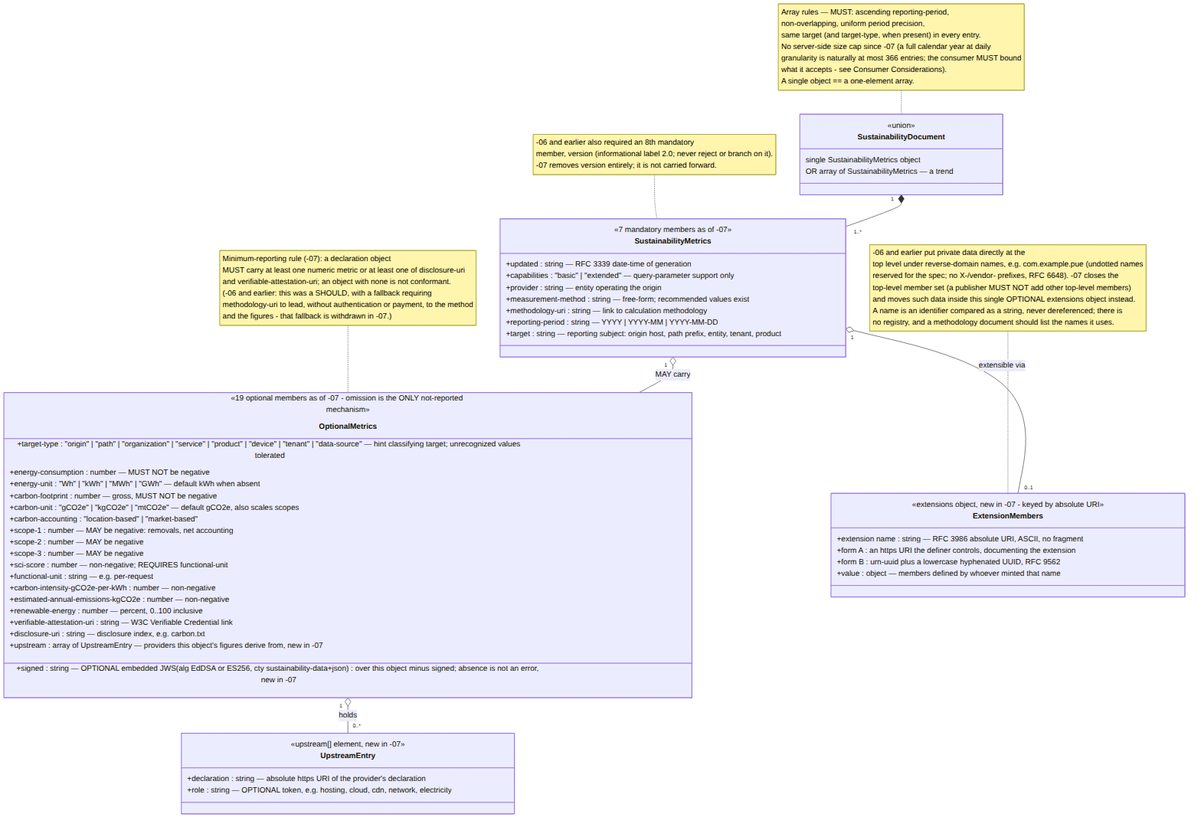
This is architecture/images/data-model.png from andreibesleaga/rfc-sustainability-wellknown, a Mermaid export, as it was before one commit. Its source is kept beside it as architecture/diagrams/data-model.mmd.
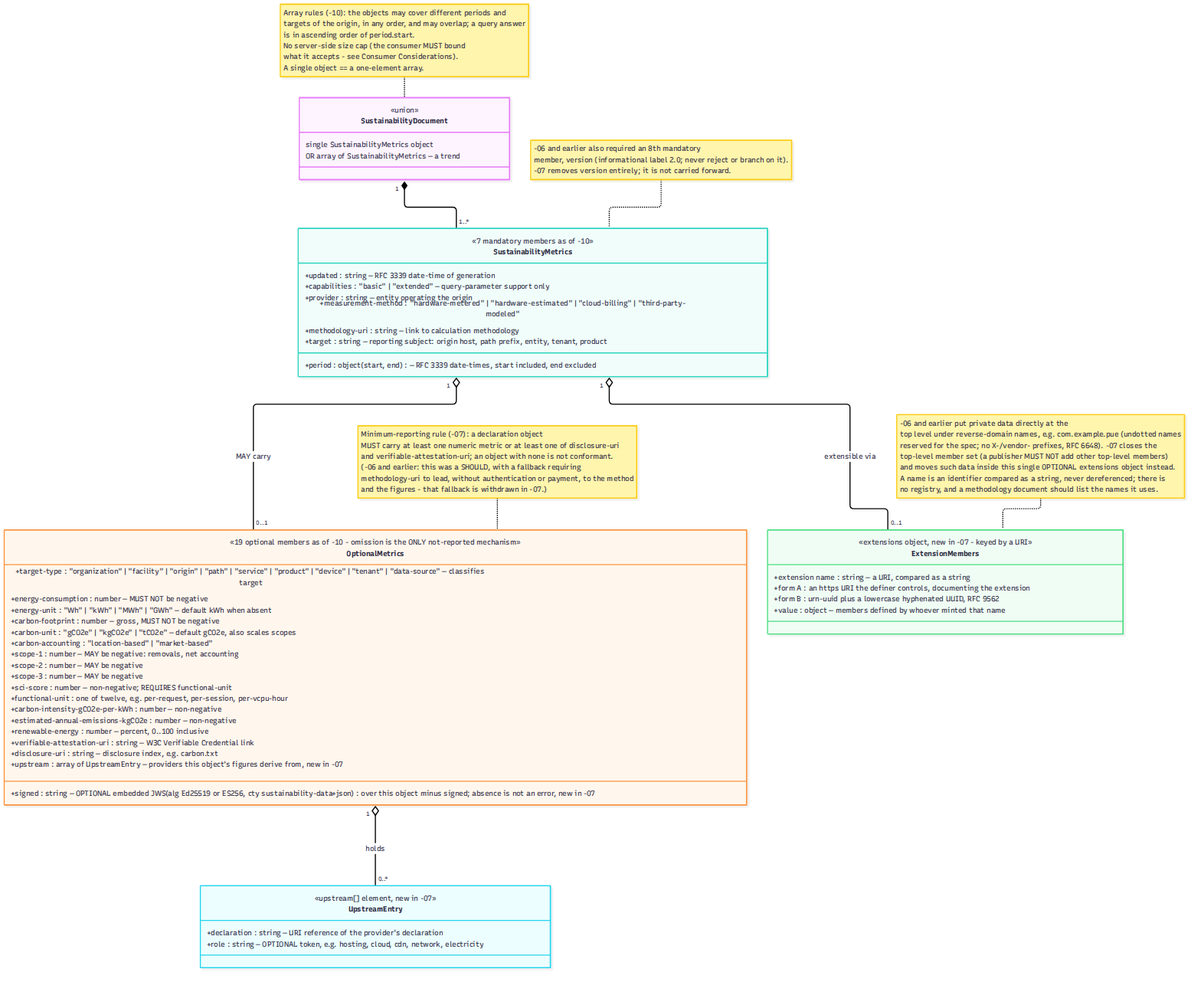
The same file after the commit.

What changed in the source:
```diff
@@ -20,7 +20,7 @@
         +provider : string — entity operating the origin
         +measurement-method : "hardware-metered" | "hardware-estimated" | "cloud-billing" | "third-party-modeled"
         +methodology-uri : string — link to calculation methodology
-        +period : object { start, end } — RFC 3339 date-times, start included, end excluded
+        +period : object (start, end) — RFC 3339 date-times, start included, end excluded
         +target : string — reporting subject: origin host, path prefix, entity, tenant, product
     }
     note for SustainabilityMetrics "-06 and earlier also required an 8th mandatory
```
